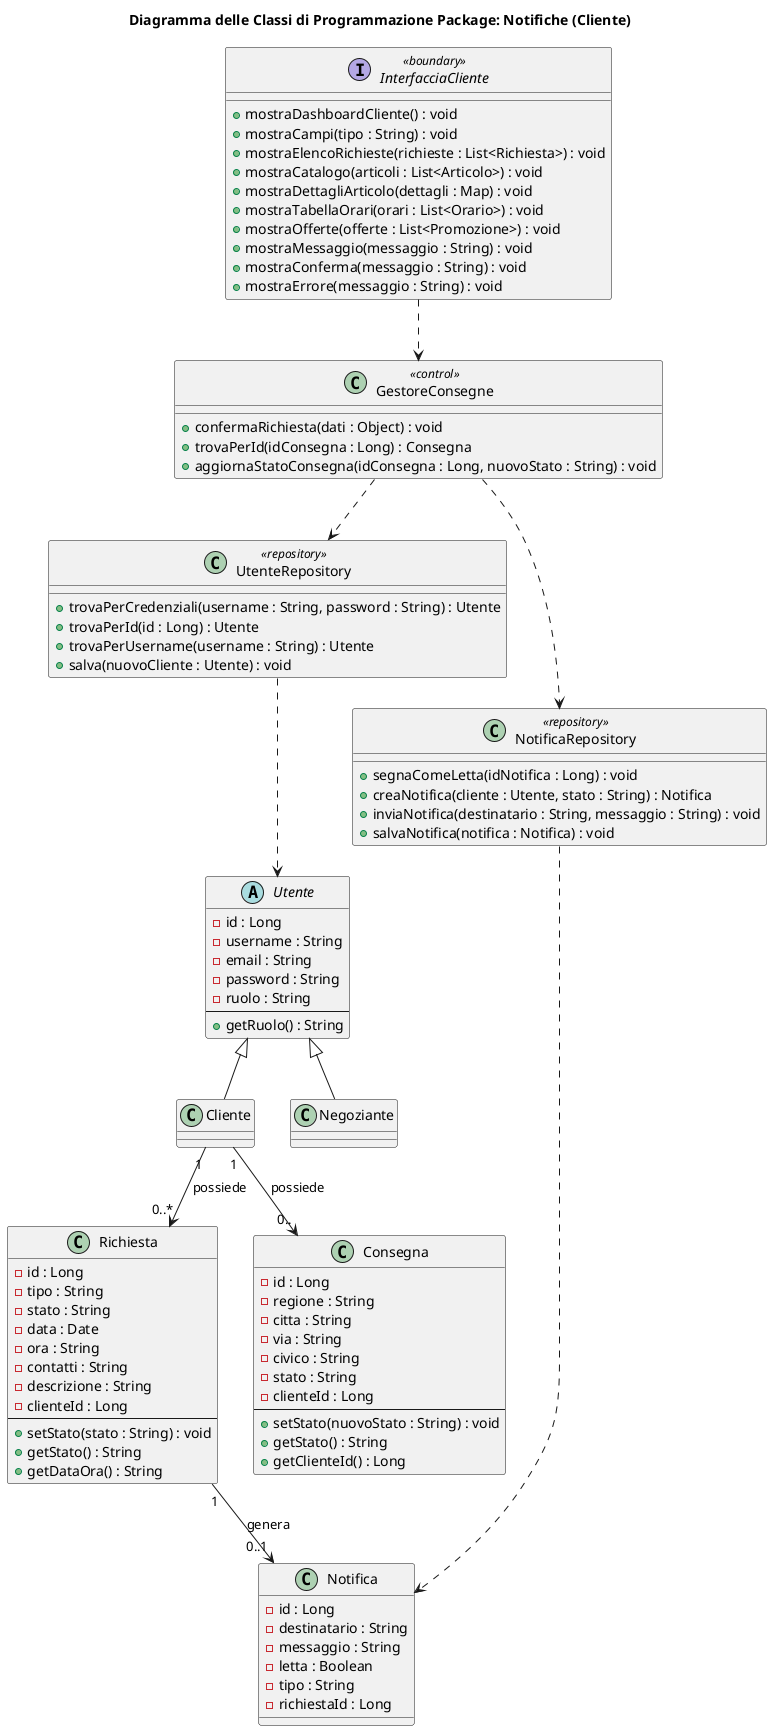
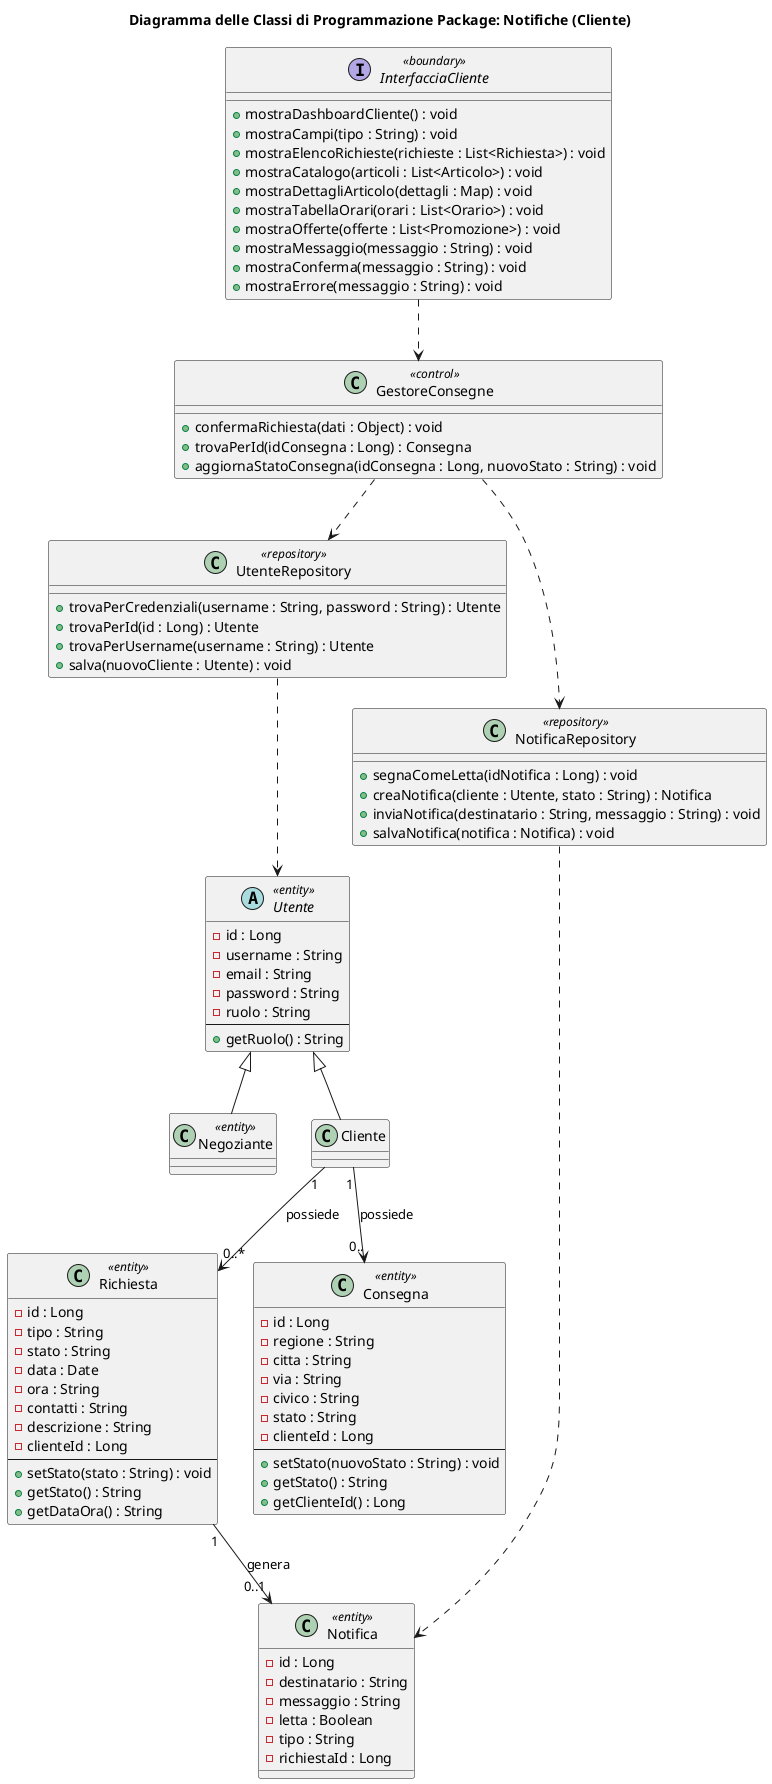
@startuml
+ 
+ abstract Utente <<entity>>
+ class Negoziante <<entity>>
+ class Richiesta <<entity>>
+ class Consegna <<entity>>
+ class Notifica <<entity>>

title Diagramma delle Classi di Programmazione Package: Notifiche (Cliente)

interface "InterfacciaCliente" <<boundary>> {
    ' Dashboard
    + mostraDashboardCliente() : void
    ' Gestione richieste
    + mostraCampi(tipo : String) : void
    + mostraElencoRichieste(richieste : List<Richiesta>) : void
    ' Visualizzazione
    + mostraCatalogo(articoli : List<Articolo>) : void
    + mostraDettagliArticolo(dettagli : Map) : void
    + mostraTabellaOrari(orari : List<Orario>) : void
    + mostraOfferte(offerte : List<Promozione>) : void
    + mostraMessaggio(messaggio : String) : void
    + mostraConferma(messaggio : String) : void
    + mostraErrore(messaggio : String) : void
}
class GestoreConsegne <<control>> {
    + confermaRichiesta(dati : Object) : void
    + trovaPerId(idConsegna : Long) : Consegna
    + aggiornaStatoConsegna(idConsegna : Long, nuovoStato : String) : void
}
class UtenteRepository <<repository>> {
    ' Gestione generica utenti
    + trovaPerCredenziali(username : String, password : String) : Utente
    + trovaPerId(id : Long) : Utente
    + trovaPerUsername(username : String) : Utente
    + salva(nuovoCliente : Utente) : void
}
class NotificaRepository <<repository>> {
    + segnaComeLetta(idNotifica : Long) : void
    + creaNotifica(cliente : Utente, stato : String) : Notifica
    + inviaNotifica(destinatario : String, messaggio : String) : void
    + salvaNotifica(notifica : Notifica) : void
}

abstract Utente {
    - id : Long
    - username : String
    - email : String
    - password : String
    - ruolo : String
    --
    + getRuolo() : String
}

class Cliente {
}

class Negoziante {
}
class Notifica {
    - id : Long
    - destinatario : String
    - messaggio : String
    - letta : Boolean
    - tipo : String
    - richiestaId : Long
}
class Richiesta {
    - id : Long
    - tipo : String
    - stato : String
    - data : Date
    - ora : String
    - contatti : String
    - descrizione : String
    - clienteId : Long
    --
    + setStato(stato : String) : void
    + getStato() : String
    + getDataOra() : String
}

class Consegna {
    - id : Long
    - regione : String
    - citta : String
    - via : String
    - civico : String
    - stato : String
    - clienteId : Long
    --
    + setStato(nuovoStato : String) : void
    + getStato() : String
    + getClienteId() : Long
}

InterfacciaCliente ..> GestoreConsegne
GestoreConsegne ..> NotificaRepository
NotificaRepository ..> Notifica

GestoreConsegne ..> UtenteRepository
UtenteRepository ..>Utente
Utente <|-- Cliente
Utente <|-- Negoziante
Cliente "1" --> "0.." Consegna :possiede
Cliente "1" --> "0..*" Richiesta :possiede
Richiesta "1" --> "0..1" Notifica :genera

@enduml
